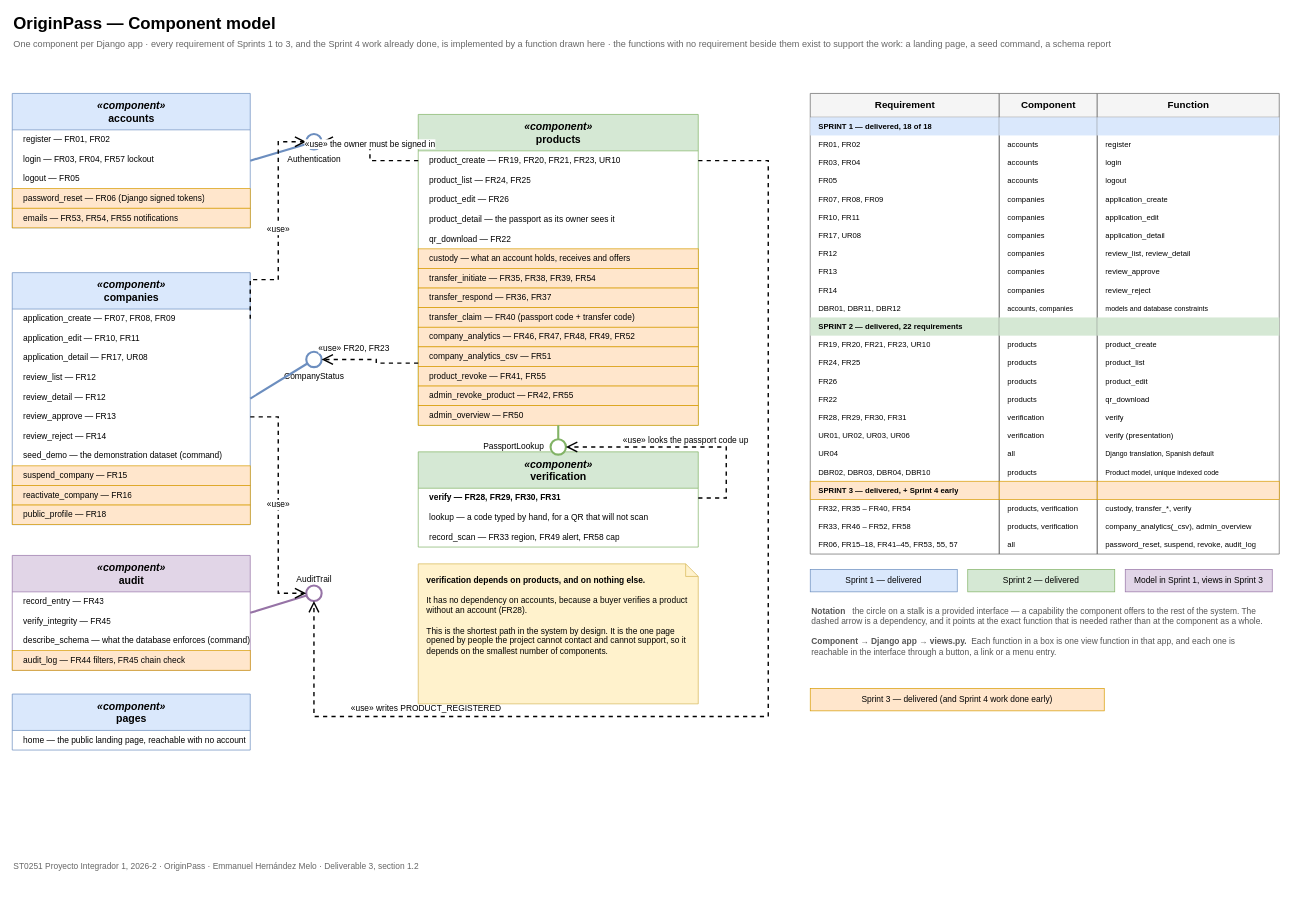
This is docs/diagrams/components-model.drawio from Pacha-e/OriginPass, a draw.io file, before an edit. Source tidied: cells renumbered, new cells numbered last; positions are measured from the earlier drawing's top-left corner, leaving out a move shared by most shapes. Both pictures are drawn from the tidied source at 70%, with x=0, y=0 at pixel (12, 12).
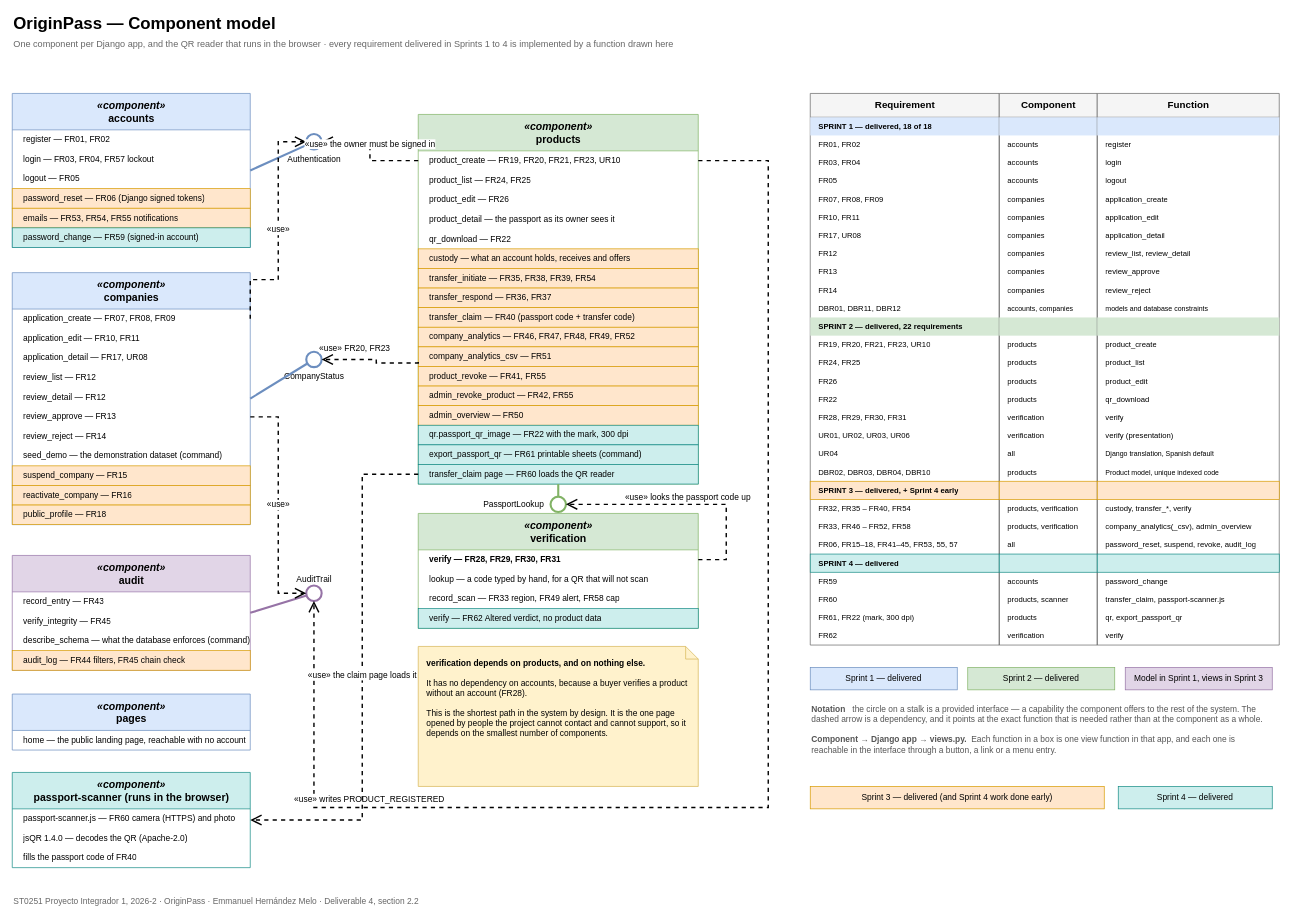
Above is the later version.

The change refers to these unchanged cells:
```xml
<mxCell id="24" value="product_create  —  FR19, FR20, FR21, FR23, UR10" style="text;strokeColor=none;fillColor=none;align=left;verticalAlign=middle;spacingLeft=14;overflow=hidden;points=[[0,0.5],[1,0.5]];portConstraint=eastwest;html=1;fontSize=12;" parent="23" vertex="1">
  <mxGeometry y="52" width="400" height="28" as="geometry" />
</mxCell>
<mxCell id="30" value="verify  —  FR28, FR29, FR30, FR31" style="text;strokeColor=none;fillColor=none;align=left;verticalAlign=middle;spacingLeft=14;overflow=hidden;points=[[0,0.5],[1,0.5]];portConstraint=eastwest;html=1;fontSize=12;fontStyle=1;" parent="29" vertex="1">
  <mxGeometry y="52" width="400" height="28" as="geometry" />
</mxCell>
<mxCell id="35" value="CompanyStatus" style="ellipse;html=1;fillColor=#ffffff;strokeColor=#6c8ebf;strokeWidth=3;verticalLabelPosition=bottom;verticalAlign=top;fontSize=12;" parent="1" vertex="1">
  <mxGeometry x="420" y="485" width="22" height="22" as="geometry" />
</mxCell>
<mxCell id="37" value="AuditTrail" style="ellipse;html=1;fillColor=#ffffff;strokeColor=#9673a6;strokeWidth=3;verticalLabelPosition=top;verticalAlign=bottom;fontSize=12;" parent="1" vertex="1">
  <mxGeometry x="420" y="819" width="22" height="22" as="geometry" />
</mxCell>
```

The edit, as a diff of the source:
```diff
@@
-    <mxCell id="3" value="One component per Django app · every requirement of Sprints 1 to 3, and the Sprint 4 work already done, is implemented by a function drawn here · the functions with no requirement beside them exist to support the work: a landing page, a seed command, a schema report" style="text;html=1;fontSize=13;fontColor=#666666;align=left;verticalAlign=middle;" parent="1" vertex="1">
+    <mxCell id="3" value="One component per Django app, and the QR reader that runs in the browser · every requirement delivered in Sprints 1 to 4 is implemented by a function drawn here" style="text;html=1;fontSize=13;fontColor=#666666;align=left;verticalAlign=middle;" parent="1" vertex="1">
       <mxGeometry y="34" width="1000" height="22" as="geometry" />
     </mxCell>
     <mxCell id="4" value="&lt;i&gt;&amp;laquo;component&amp;raquo;&lt;/i&gt;&lt;br&gt;&lt;b&gt;accounts&lt;/b&gt;" style="swimlane;align=center;verticalAlign=middle;horizontal=1;startSize=52;html=1;fillColor=#dae8fc;strokeColor=#6c8ebf;fontSize=15;" parent="1" vertex="1">
-      <mxGeometry y="116" width="340" height="192" as="geometry" />
+      <mxGeometry y="116" width="340" height="220" as="geometry" />
     </mxCell>
@@
     <mxCell id="23" value="&lt;i&gt;&amp;laquo;component&amp;raquo;&lt;/i&gt;&lt;br&gt;&lt;b&gt;products&lt;/b&gt;" style="swimlane;align=center;verticalAlign=middle;horizontal=1;startSize=52;html=1;fillColor=#d5e8d4;strokeColor=#82b366;fontSize=15;" parent="1" vertex="1">
-      <mxGeometry x="580" y="146" width="400" height="444" as="geometry" />
+      <mxGeometry x="580" y="146" width="400" height="528" as="geometry" />
     </mxCell>
@@
     <mxCell id="29" value="&lt;i&gt;&amp;laquo;component&amp;raquo;&lt;/i&gt;&lt;br&gt;&lt;b&gt;verification&lt;/b&gt;" style="swimlane;align=center;verticalAlign=middle;horizontal=1;startSize=52;html=1;fillColor=#d5e8d4;strokeColor=#82b366;fontSize=15;" parent="1" vertex="1">
-      <mxGeometry x="580" y="628" width="400" height="136" as="geometry" />
+      <mxGeometry x="580" y="716" width="400" height="164" as="geometry" />
     </mxCell>
@@
     <mxCell id="39" value="PassportLookup" style="ellipse;html=1;fillColor=#ffffff;strokeColor=#82b366;strokeWidth=3;verticalLabelPosition=middle;verticalAlign=middle;align=right;labelPosition=left;spacingRight=8;fontSize=12;" parent="1" vertex="1">
-      <mxGeometry x="769" y="610" width="22" height="22" as="geometry" />
+      <mxGeometry x="769" y="692" width="22" height="22" as="geometry" />
     </mxCell>
@@
-    <mxCell id="43" value="&amp;laquo;use&amp;raquo;  FR20, FR23" style="edgeStyle=orthogonalEdgeStyle;rounded=0;endArrow=open;endSize=12;dashed=1;html=1;strokeWidth=2;exitX=0;exitY=0.8;exitDx=0;exitDy=0;entryX=1;entryY=0.5;entryDx=0;entryDy=0;fontSize=12;labelBackgroundColor=#ffffff;verticalAlign=bottom;" parent="1" edge="1" source="23" target="35">
+    <mxCell id="43" value="&amp;laquo;use&amp;raquo;  FR20, FR23" style="edgeStyle=orthogonalEdgeStyle;rounded=0;endArrow=open;endSize=12;dashed=1;html=1;strokeWidth=2;exitX=0;exitY=0.67;exitDx=0;exitDy=0;entryX=1;entryY=0.5;entryDx=0;entryDy=0;fontSize=12;labelBackgroundColor=#ffffff;verticalAlign=bottom;" parent="1" edge="1" source="23" target="35">
       <mxGeometry x="0.35" relative="1" as="geometry">
         <Array as="points">
           <mxPoint x="520" y="501" />
           <mxPoint x="520" y="496" />
         </Array>
         <mxPoint y="-6" as="offset" />
       </mxGeometry>
     </mxCell>
     <mxCell id="44" value="&amp;laquo;use&amp;raquo;  looks the passport code up" style="edgeStyle=orthogonalEdgeStyle;rounded=0;endArrow=open;endSize=12;dashed=1;html=1;strokeWidth=2;exitX=1;exitY=0.5;exitDx=0;exitDy=0;entryX=1;entryY=0.5;entryDx=0;entryDy=0;fontSize=12;labelBackgroundColor=#ffffff;verticalAlign=bottom;" parent="1" edge="1" source="30" target="39">
       <mxGeometry relative="1" as="geometry">
         <Array as="points">
-          <mxPoint x="1020" y="694" />
-          <mxPoint x="1020" y="621" />
+          <mxPoint x="1020" y="782" />
+          <mxPoint x="1020" y="703" />
         </Array>
       </mxGeometry>
     </mxCell>
@@
     <mxCell id="46" value="&amp;laquo;use&amp;raquo;  writes PRODUCT_REGISTERED" style="edgeStyle=orthogonalEdgeStyle;rounded=0;endArrow=open;endSize=12;dashed=1;html=1;strokeWidth=2;labelBackgroundColor=#ffffff;exitX=1;exitY=0.5;exitDx=0;exitDy=0;entryX=0.5;entryY=1;entryDx=0;entryDy=0;fontSize=12;labelBackgroundColor=#ffffff;" parent="1" edge="1" source="24" target="37">
       <mxGeometry x="0.62" relative="1" as="geometry">
         <Array as="points">
           <mxPoint x="1080" y="212" />
-          <mxPoint x="1080" y="1006" />
-          <mxPoint x="431" y="1006" />
+          <mxPoint x="1080" y="1136" />
+          <mxPoint x="431" y="1136" />
         </Array>
         <mxPoint y="-12" as="offset" />
       </mxGeometry>
     </mxCell>
     <mxCell id="47" value="&lt;b&gt;verification depends on products, and on nothing else.&lt;/b&gt;&lt;br&gt;&lt;br&gt;It has no dependency on accounts, because a buyer verifies a product without an account (FR28).&lt;br&gt;&lt;br&gt;This is the shortest path in the system by design. It is the one page opened by people the project cannot contact and cannot support, so it depends on the smallest number of components." style="shape=note;whiteSpace=wrap;html=1;size=18;align=left;verticalAlign=top;spacing=12;fillColor=#fff2cc;strokeColor=#d6b656;fontSize=12;" parent="1" vertex="1">
-      <mxGeometry x="580" y="788" width="400" height="200" as="geometry" />
+      <mxGeometry x="580" y="906" width="400" height="200" as="geometry" />
     </mxCell>
     <mxCell id="48" value="Requirement" style="swimlane;fontStyle=1;align=center;verticalAlign=middle;horizontal=1;startSize=34;html=1;fillColor=#f5f5f5;strokeColor=#666666;fontSize=14;" parent="1" vertex="1">
-      <mxGeometry x="1140" y="116" width="270" height="658" as="geometry" />
+      <mxGeometry x="1140" y="116" width="270" height="788" as="geometry" />
     </mxCell>
@@
     <mxCell id="73" value="Component" style="swimlane;fontStyle=1;align=center;verticalAlign=middle;horizontal=1;startSize=34;html=1;fillColor=#f5f5f5;strokeColor=#666666;fontSize=14;" parent="1" vertex="1">
-      <mxGeometry x="1410" y="116" width="140" height="658" as="geometry" />
+      <mxGeometry x="1410" y="116" width="140" height="788" as="geometry" />
     </mxCell>
@@
     <mxCell id="98" value="Function" style="swimlane;fontStyle=1;align=center;verticalAlign=middle;horizontal=1;startSize=34;html=1;fillColor=#f5f5f5;strokeColor=#666666;fontSize=14;" parent="1" vertex="1">
-      <mxGeometry x="1550" y="116" width="260" height="658" as="geometry" />
+      <mxGeometry x="1550" y="116" width="260" height="788" as="geometry" />
     </mxCell>
@@
     <mxCell id="138" value="Sprint 1 — delivered" style="rounded=0;whiteSpace=wrap;html=1;fillColor=#dae8fc;strokeColor=#6c8ebf;fontSize=12;" parent="1" vertex="1">
-      <mxGeometry x="1140" y="796" width="210" height="32" as="geometry" />
+      <mxGeometry x="1140" y="936" width="210" height="32" as="geometry" />
     </mxCell>
     <mxCell id="139" value="Sprint 2 — delivered" style="rounded=0;whiteSpace=wrap;html=1;fillColor=#d5e8d4;strokeColor=#82b366;fontSize=12;" parent="1" vertex="1">
-      <mxGeometry x="1365" y="796" width="210" height="32" as="geometry" />
+      <mxGeometry x="1365" y="936" width="210" height="32" as="geometry" />
     </mxCell>
     <mxCell id="140" value="Sprint 3 — delivered (and Sprint 4 work done early)" style="rounded=0;whiteSpace=wrap;html=1;fillColor=#ffe6cc;strokeColor=#d79b00;fontSize=12;" parent="1" vertex="1">
-      <mxGeometry x="1140" y="966" width="420" height="32" as="geometry" />
+      <mxGeometry x="1140" y="1106" width="420" height="32" as="geometry" />
     </mxCell>
     <mxCell id="141" value="Model in Sprint 1, views in Sprint 3" style="rounded=0;whiteSpace=wrap;html=1;fillColor=#e1d5e7;strokeColor=#9673a6;fontSize=12;" parent="1" vertex="1">
-      <mxGeometry x="1590" y="796" width="210" height="32" as="geometry" />
+      <mxGeometry x="1590" y="936" width="210" height="32" as="geometry" />
     </mxCell>
     <mxCell id="142" value="&lt;b&gt;Notation&lt;/b&gt;&amp;nbsp;&amp;nbsp; the circle on a stalk is a provided interface — a capability the component offers to the rest of the system. The dashed arrow is a dependency, and it points at the exact function that is needed rather than at the component as a whole.&lt;br&gt;&lt;br&gt;&lt;b&gt;Component &amp;#8594; Django app &amp;#8594; views.py.&lt;/b&gt;&amp;nbsp; Each function in a box is one view function in that app, and each one is reachable in the interface through a button, a link or a menu entry." style="text;html=1;align=left;verticalAlign=top;whiteSpace=wrap;fontSize=12;fontColor=#555555;" parent="1" vertex="1">
-      <mxGeometry x="1140" y="842" width="660" height="110" as="geometry" />
+      <mxGeometry x="1140" y="982" width="660" height="110" as="geometry" />
     </mxCell>
-    <mxCell id="143" value="ST0251 Proyecto Integrador 1, 2026-2 · OriginPass · Emmanuel Hernández Melo · Deliverable 3, section 1.2" style="text;html=1;fontSize=12;fontColor=#666666;align=left;" parent="1" vertex="1">
-      <mxGeometry y="1206" width="800" height="20" as="geometry" />
+    <mxCell id="143" value="ST0251 Proyecto Integrador 1, 2026-2 · OriginPass · Emmanuel Hernández Melo · Deliverable 4, section 2.2" style="text;html=1;fontSize=12;fontColor=#666666;align=left;" parent="1" vertex="1">
+      <mxGeometry y="1256" width="800" height="20" as="geometry" />
     </mxCell>
+    <mxCell id="144" value="password_change  —  FR59 (signed-in account)" style="text;strokeColor=none;align=left;verticalAlign=middle;spacingLeft=14;overflow=hidden;html=1;fontSize=12;fillColor=#cdeeed;strokeColor=#138a84;" parent="4" vertex="1">
+      <mxGeometry y="192" width="340" height="28" as="geometry" />
+    </mxCell>
+    <mxCell id="145" value="qr.passport_qr_image  —  FR22 with the mark, 300 dpi" style="text;strokeColor=none;align=left;verticalAlign=middle;spacingLeft=14;overflow=hidden;html=1;fontSize=12;fillColor=#cdeeed;strokeColor=#138a84;" parent="23" vertex="1">
+      <mxGeometry y="444" width="400" height="28" as="geometry" />
+    </mxCell>
+    <mxCell id="146" value="export_passport_qr  —  FR61 printable sheets (command)" style="text;strokeColor=none;align=left;verticalAlign=middle;spacingLeft=14;overflow=hidden;html=1;fontSize=12;fillColor=#cdeeed;strokeColor=#138a84;" parent="23" vertex="1">
+      <mxGeometry y="472" width="400" height="28" as="geometry" />
+    </mxCell>
+    <mxCell id="147" value="transfer_claim page  —  FR60 loads the QR reader" style="text;strokeColor=none;align=left;verticalAlign=middle;spacingLeft=14;overflow=hidden;points=[[0,0.5],[1,0.5]];portConstraint=eastwest;html=1;fontSize=12;fillColor=#cdeeed;strokeColor=#138a84;" parent="23" vertex="1">
+      <mxGeometry y="500" width="400" height="28" as="geometry" />
+    </mxCell>
+    <mxCell id="148" value="verify  —  FR62 Altered verdict, no product data" style="text;strokeColor=none;align=left;verticalAlign=middle;spacingLeft=14;overflow=hidden;html=1;fontSize=12;fillColor=#cdeeed;strokeColor=#138a84;" parent="29" vertex="1">
+      <mxGeometry y="136" width="400" height="28" as="geometry" />
+    </mxCell>
+    <mxCell id="149" value="&lt;i&gt;&amp;laquo;component&amp;raquo;&lt;/i&gt;&lt;br&gt;&lt;b&gt;passport-scanner&lt;/b&gt; (runs in the browser)" style="swimlane;align=center;verticalAlign=middle;horizontal=1;startSize=52;html=1;fillColor=#cdeeed;strokeColor=#138a84;fontSize=15;" parent="1" vertex="1">
+      <mxGeometry y="1086" width="340" height="136" as="geometry" />
+    </mxCell>
+    <mxCell id="150" value="passport-scanner.js  —  FR60 camera (HTTPS) and photo" style="text;strokeColor=none;fillColor=none;align=left;verticalAlign=middle;spacingLeft=14;overflow=hidden;html=1;fontSize=12;" parent="149" vertex="1">
+      <mxGeometry y="52" width="340" height="28" as="geometry" />
+    </mxCell>
+    <mxCell id="151" value="jsQR 1.4.0  —  decodes the QR (Apache-2.0)" style="text;strokeColor=none;fillColor=none;align=left;verticalAlign=middle;spacingLeft=14;overflow=hidden;html=1;fontSize=12;" parent="149" vertex="1">
+      <mxGeometry y="80" width="340" height="28" as="geometry" />
+    </mxCell>
+    <mxCell id="152" value="fills the passport code of FR40" style="text;strokeColor=none;fillColor=none;align=left;verticalAlign=middle;spacingLeft=14;overflow=hidden;html=1;fontSize=12;" parent="149" vertex="1">
+      <mxGeometry y="108" width="340" height="28" as="geometry" />
+    </mxCell>
+    <mxCell id="153" value="&amp;laquo;use&amp;raquo; the claim page loads it" style="edgeStyle=orthogonalEdgeStyle;rounded=0;endArrow=open;endSize=12;dashed=1;html=1;strokeWidth=2;exitX=0;exitY=0.5;exitDx=0;exitDy=0;entryX=1;entryY=0.5;entryDx=0;entryDy=0;fontSize=12;labelBackgroundColor=#ffffff;" parent="1" edge="1" source="147" target="149">
+      <mxGeometry relative="1" as="geometry">
+        <Array as="points">
+          <mxPoint x="500" y="660" />
+          <mxPoint x="500" y="1154" />
+        </Array>
+      </mxGeometry>
+    </mxCell>
+    <mxCell id="154" value="SPRINT 4 — delivered" style="text;strokeColor=none;align=left;verticalAlign=middle;spacingLeft=10;overflow=hidden;html=1;fontSize=11;fontStyle=1;fillColor=#cdeeed;strokeColor=#138a84;" parent="48" vertex="1">
+      <mxGeometry y="658" width="270" height="26" as="geometry" />
+    </mxCell>
+    <mxCell id="155" style="text;strokeColor=none;align=left;verticalAlign=middle;spacingLeft=10;overflow=hidden;html=1;fontSize=11;fillColor=#cdeeed;strokeColor=#138a84;" parent="73" vertex="1">
+      <mxGeometry y="658" width="140" height="26" as="geometry" />
+    </mxCell>
+    <mxCell id="156" style="text;strokeColor=none;align=left;verticalAlign=middle;spacingLeft=10;overflow=hidden;html=1;fontSize=11;fillColor=#cdeeed;strokeColor=#138a84;" parent="98" vertex="1">
+      <mxGeometry y="658" width="260" height="26" as="geometry" />
+    </mxCell>
+    <mxCell id="157" value="FR59" style="text;strokeColor=none;fillColor=none;align=left;verticalAlign=middle;spacingLeft=10;overflow=hidden;html=1;fontSize=11;" parent="48" vertex="1">
+      <mxGeometry y="684" width="270" height="26" as="geometry" />
+    </mxCell>
+    <mxCell id="158" value="accounts" style="text;strokeColor=none;fillColor=none;align=left;verticalAlign=middle;spacingLeft=10;overflow=hidden;html=1;fontSize=11;" parent="73" vertex="1">
+      <mxGeometry y="684" width="140" height="26" as="geometry" />
+    </mxCell>
+    <mxCell id="159" value="password_change" style="text;strokeColor=none;fillColor=none;align=left;verticalAlign=middle;spacingLeft=10;overflow=hidden;html=1;fontSize=11;" parent="98" vertex="1">
+      <mxGeometry y="684" width="260" height="26" as="geometry" />
+    </mxCell>
+    <mxCell id="160" value="FR60" style="text;strokeColor=none;fillColor=none;align=left;verticalAlign=middle;spacingLeft=10;overflow=hidden;html=1;fontSize=11;" parent="48" vertex="1">
+      <mxGeometry y="710" width="270" height="26" as="geometry" />
+    </mxCell>
+    <mxCell id="161" value="products, scanner" style="text;strokeColor=none;fillColor=none;align=left;verticalAlign=middle;spacingLeft=10;overflow=hidden;html=1;fontSize=11;" parent="73" vertex="1">
+      <mxGeometry y="710" width="140" height="26" as="geometry" />
+    </mxCell>
+    <mxCell id="162" value="transfer_claim, passport-scanner.js" style="text;strokeColor=none;fillColor=none;align=left;verticalAlign=middle;spacingLeft=10;overflow=hidden;html=1;fontSize=11;" parent="98" vertex="1">
+      <mxGeometry y="710" width="260" height="26" as="geometry" />
+    </mxCell>
+    <mxCell id="163" value="FR61, FR22 (mark, 300 dpi)" style="text;strokeColor=none;fillColor=none;align=left;verticalAlign=middle;spacingLeft=10;overflow=hidden;html=1;fontSize=11;" parent="48" vertex="1">
+      <mxGeometry y="736" width="270" height="26" as="geometry" />
+    </mxCell>
+    <mxCell id="164" value="products" style="text;strokeColor=none;fillColor=none;align=left;verticalAlign=middle;spacingLeft=10;overflow=hidden;html=1;fontSize=11;" parent="73" vertex="1">
+      <mxGeometry y="736" width="140" height="26" as="geometry" />
+    </mxCell>
+    <mxCell id="165" value="qr, export_passport_qr" style="text;strokeColor=none;fillColor=none;align=left;verticalAlign=middle;spacingLeft=10;overflow=hidden;html=1;fontSize=11;" parent="98" vertex="1">
+      <mxGeometry y="736" width="260" height="26" as="geometry" />
+    </mxCell>
+    <mxCell id="166" value="FR62" style="text;strokeColor=none;fillColor=none;align=left;verticalAlign=middle;spacingLeft=10;overflow=hidden;html=1;fontSize=11;" parent="48" vertex="1">
+      <mxGeometry y="762" width="270" height="26" as="geometry" />
+    </mxCell>
+    <mxCell id="167" value="verification" style="text;strokeColor=none;fillColor=none;align=left;verticalAlign=middle;spacingLeft=10;overflow=hidden;html=1;fontSize=11;" parent="73" vertex="1">
+      <mxGeometry y="762" width="140" height="26" as="geometry" />
+    </mxCell>
+    <mxCell id="168" value="verify" style="text;strokeColor=none;fillColor=none;align=left;verticalAlign=middle;spacingLeft=10;overflow=hidden;html=1;fontSize=11;" parent="98" vertex="1">
+      <mxGeometry y="762" width="260" height="26" as="geometry" />
+    </mxCell>
+    <mxCell id="169" value="Sprint 4 — delivered" style="rounded=0;whiteSpace=wrap;html=1;fillColor=#cdeeed;strokeColor=#138a84;fontSize=12;" parent="1" vertex="1">
+      <mxGeometry x="1580" y="1106" width="220" height="32" as="geometry" />
+    </mxCell>
```
